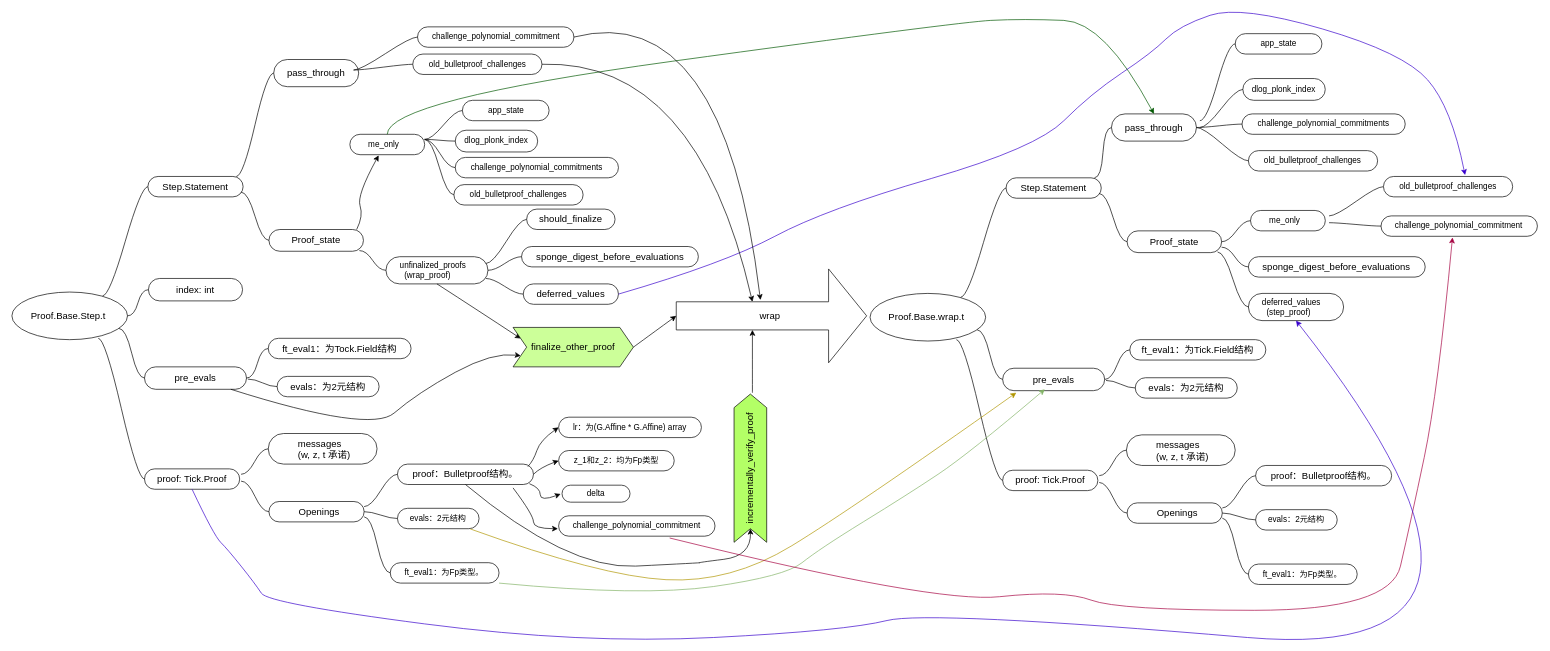
This is Mina recursion wrap.drawio from Federico2014/diagrams, a draw.io file, before an edit. Source tidied: cells renumbered, new cells numbered last; positions are measured from the earlier drawing's top-left corner, leaving out a move shared by most shapes. Both pictures are drawn from the tidied source at 68%, with x=0, y=0 at pixel (12, -2).
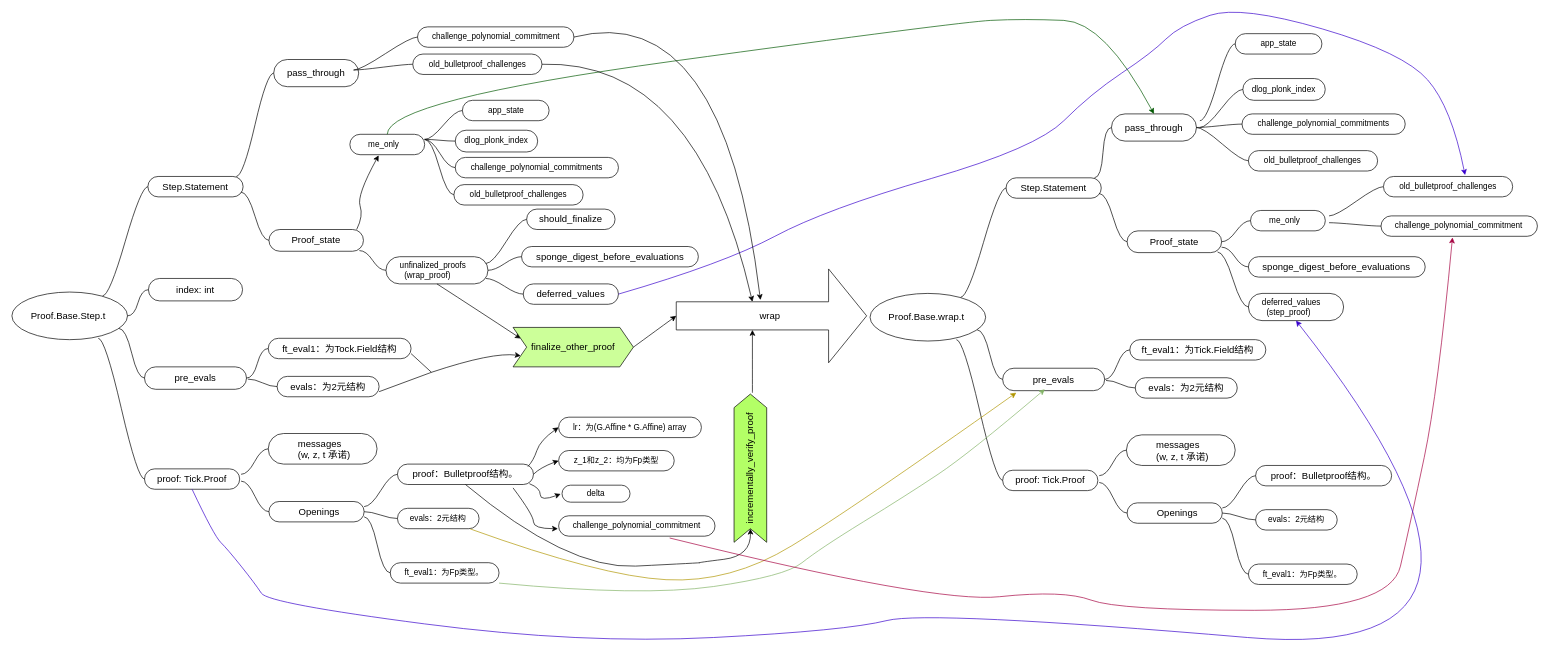
The same page after the edit.

Unchanged cells that the change refers to:
```xml
<mxCell id="7" value="pre_evals" style="whiteSpace=wrap;html=1;rounded=1;arcSize=50;align=center;verticalAlign=middle;strokeWidth=1;spacing=4;newEdgeStyle={&quot;edgeStyle&quot;:&quot;entityRelationEdgeStyle&quot;,&quot;startArrow&quot;:&quot;none&quot;,&quot;endArrow&quot;:&quot;none&quot;,&quot;segment&quot;:10,&quot;curved&quot;:1};fontSize=14;" parent="1" vertex="1">
  <mxGeometry x="195" y="542" width="150" height="33" as="geometry" />
</mxCell>
<mxCell id="32" value="&lt;font style=&quot;font-size: 14px&quot;&gt;ft_eval1：为Tock.Field结构&lt;/font&gt;" style="whiteSpace=wrap;html=1;rounded=1;arcSize=50;align=center;verticalAlign=middle;strokeWidth=1;spacing=4;newEdgeStyle={&quot;edgeStyle&quot;:&quot;entityRelationEdgeStyle&quot;,&quot;startArrow&quot;:&quot;none&quot;,&quot;endArrow&quot;:&quot;none&quot;,&quot;segment&quot;:10,&quot;curved&quot;:1};" parent="1" vertex="1">
  <mxGeometry x="377" y="500" width="210" height="30" as="geometry" />
</mxCell>
<mxCell id="34" value="&lt;font style=&quot;font-size: 14px&quot;&gt;evals：为2元结构&lt;/font&gt;" style="whiteSpace=wrap;html=1;rounded=1;arcSize=50;align=center;verticalAlign=middle;strokeWidth=1;spacing=4;newEdgeStyle={&quot;edgeStyle&quot;:&quot;entityRelationEdgeStyle&quot;,&quot;startArrow&quot;:&quot;none&quot;,&quot;endArrow&quot;:&quot;none&quot;,&quot;segment&quot;:10,&quot;curved&quot;:1};" parent="1" vertex="1">
  <mxGeometry x="390" y="556" width="150" height="30" as="geometry" />
</mxCell>
<mxCell id="89" value="finalize_other_proof" style="shape=step;perimeter=stepPerimeter;whiteSpace=wrap;html=1;fixedSize=1;fontSize=14;shadow=0;fillColor=#CCFF99;" parent="1" vertex="1">
  <mxGeometry x="737" y="484" width="177" height="58" as="geometry" />
</mxCell>
```

Change to the diagram source:
```diff
@@
-    <mxCell id="87" style="curved=1;endArrow=classic;html=1;rounded=0;fontSize=14;entryX=0;entryY=0.75;entryDx=0;entryDy=0;" parent="1" edge="1" source="7" target="89">
+    <mxCell id="87" style="curved=1;endArrow=classic;html=1;rounded=0;fontSize=14;entryX=0;entryY=0.75;entryDx=0;entryDy=0;" parent="1" edge="1" target="89">
       <mxGeometry relative="1" as="geometry">
+        <mxPoint x="617" y="550" as="sourcePoint" />
         <Array as="points">
-          <mxPoint x="527" y="640" />
-          <mxPoint x="597" y="580" />
           <mxPoint x="707" y="520" />
         </Array>
       </mxGeometry>
     </mxCell>
@@
+    <mxCell id="118" style="endArrow=none;html=1;rounded=0;fillColor=#FF9999;entryX=1;entryY=0.75;entryDx=0;entryDy=0;" parent="1" edge="1" target="32">
+      <mxGeometry relative="1" as="geometry">
+        <mxPoint x="617" y="550" as="sourcePoint" />
+      </mxGeometry>
+    </mxCell>
+    <mxCell id="119" style="endArrow=none;html=1;rounded=0;fillColor=#FF9999;exitX=1;exitY=0.75;exitDx=0;exitDy=0;" parent="1" edge="1" source="34">
+      <mxGeometry relative="1" as="geometry">
+        <mxPoint x="617" y="550" as="targetPoint" />
+      </mxGeometry>
+    </mxCell>
```
